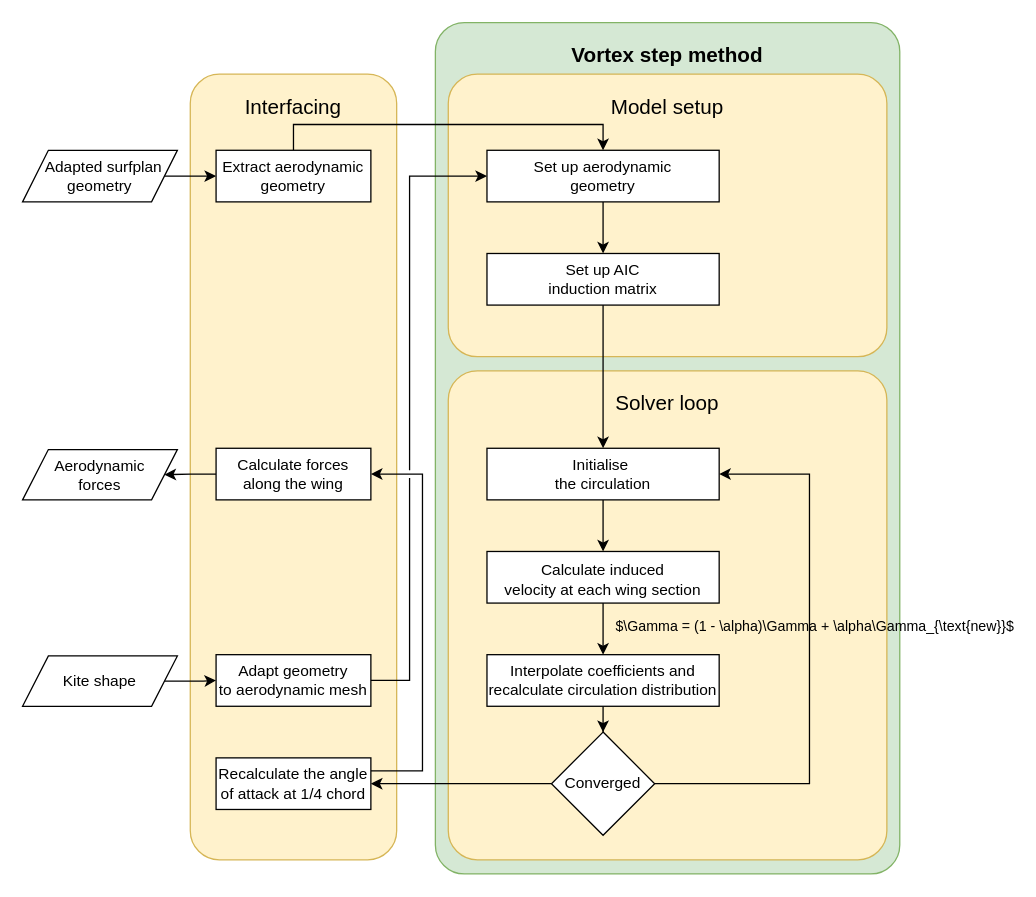
Earlier version of the draw.io diagram Figures/drawio/VSM_flowchart.drawio (PatrickRoel/Thesis). Source tidied: cells renumbered, new cells numbered last; positions are measured from the earlier drawing's top-left corner, leaving out a move shared by most shapes. Both pictures are drawn from the tidied source at 129%, with x=0, y=0 at pixel (22, 22).
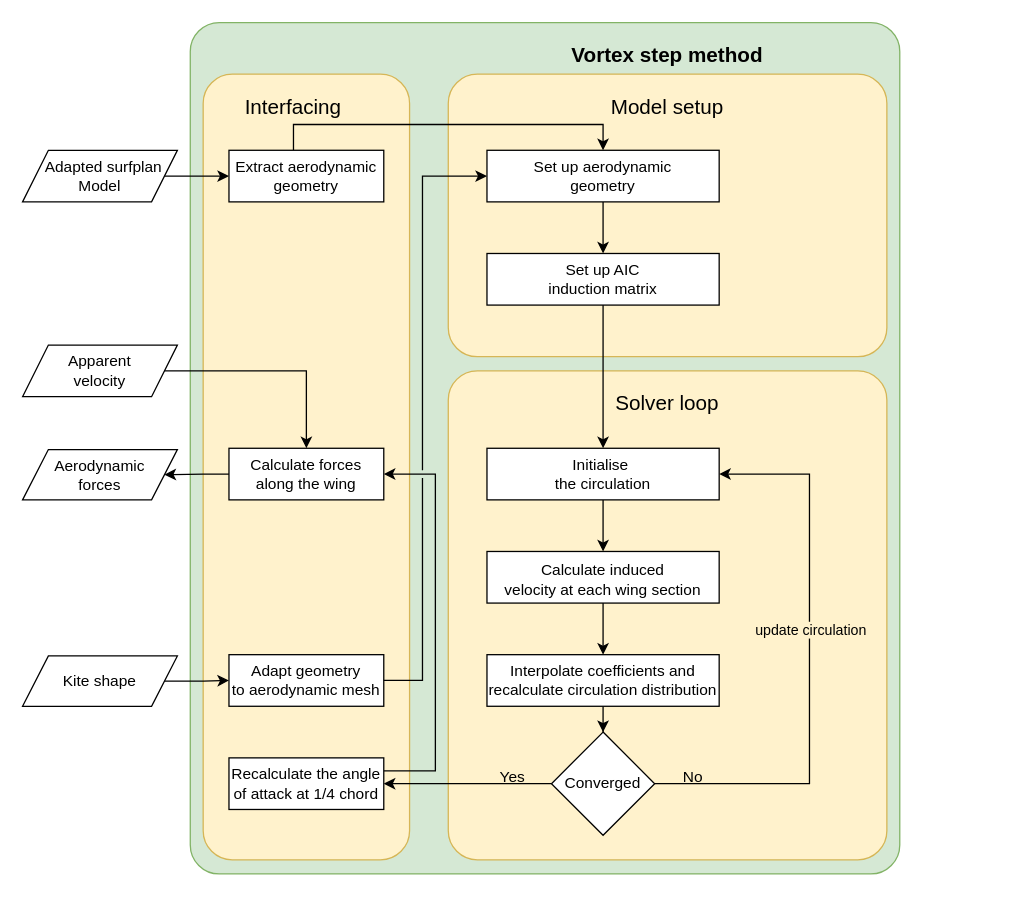
Above is the later version.

Unchanged cells that the change refers to:
```xml
<mxCell id="18" value="&lt;div&gt;Set up aerodynamic&lt;/div&gt;&lt;div&gt;geometry&lt;/div&gt;" style="rounded=0;whiteSpace=wrap;html=1;" parent="1" vertex="1">
  <mxGeometry x="360" y="99" width="180" height="40" as="geometry" />
</mxCell>
<mxCell id="27" style="edgeStyle=orthogonalEdgeStyle;rounded=0;jettySize=auto;html=1;exitX=1;exitY=0.5;exitDx=0;exitDy=0;entryX=1;entryY=0.5;entryDx=0;entryDy=0;" parent="1" edge="1" source="30" target="22">
  <mxGeometry relative="1" as="geometry">
    <Array as="points">
      <mxPoint x="610" y="590" />
      <mxPoint x="610" y="350" />
    </Array>
  </mxGeometry>
</mxCell>
```

Diff of the diagram source:
```diff
@@
     <mxCell id="2" style="rounded=1;whiteSpace=wrap;html=1;fillColor=#d5e8d4;strokeColor=#82b366;absoluteArcSize=1;arcSize=45;" parent="1" vertex="1">
-      <mxGeometry x="320" width="360" height="660" as="geometry" />
+      <mxGeometry x="130" width="550" height="660" as="geometry" />
     </mxCell>
     <mxCell id="3" style="rounded=1;whiteSpace=wrap;html=1;fillColor=#fff2cc;strokeColor=#d6b656;glass=0;shadow=0;arcSize=45;absoluteArcSize=1;" parent="1" vertex="1">
-      <mxGeometry x="130" y="40" width="160" height="609" as="geometry" />
+      <mxGeometry x="140" y="40" width="160" height="609" as="geometry" />
     </mxCell>
-    <mxCell id="4" style="rounded=1;whiteSpace=wrap;html=1;fillColor=#fff2cc;strokeColor=#d6b656;glass=0;shadow=0;arcSize=45;absoluteArcSize=1;" parent="1" vertex="1">
+    <mxCell id="4" style="rounded=1;whiteSpace=wrap;html=1;fillColor=#FFF2CC;strokeColor=#d6b656;glass=0;shadow=0;arcSize=45;absoluteArcSize=1;" parent="1" vertex="1">
       <mxGeometry x="330" y="270" width="340" height="379" as="geometry" />
     </mxCell>
@@
-    <mxCell id="11" value="&lt;div&gt;&amp;nbsp; Adapted surfplan&lt;/div&gt;&lt;div&gt;geometry&lt;/div&gt;" style="shape=parallelogram;perimeter=parallelogramPerimeter;whiteSpace=wrap;html=1;fixedSize=1;" parent="1" vertex="1">
+    <mxCell id="11" value="&lt;div&gt;&amp;nbsp; Adapted surfplan&lt;/div&gt;&lt;div&gt;Model&lt;/div&gt;" style="shape=parallelogram;perimeter=parallelogramPerimeter;whiteSpace=wrap;html=1;fixedSize=1;" parent="1" vertex="1">
       <mxGeometry y="99" width="120" height="40" as="geometry" />
     </mxCell>
@@
     <mxCell id="16" value="&lt;div&gt;Adapt geometry&lt;/div&gt;&lt;div&gt;to aerodynamic mesh&lt;/div&gt;" style="rounded=0;whiteSpace=wrap;html=1;" parent="1" vertex="1">
-      <mxGeometry x="150" y="490" width="120" height="40" as="geometry" />
+      <mxGeometry x="160" y="490" width="120" height="40" as="geometry" />
     </mxCell>
@@
     <mxCell id="20" value="&lt;div&gt;Extract aerodynamic&lt;/div&gt;&lt;div&gt;geometry&lt;/div&gt;" style="rounded=0;whiteSpace=wrap;html=1;" parent="1" vertex="1">
-      <mxGeometry x="150" y="99" width="120" height="40" as="geometry" />
+      <mxGeometry x="160" y="99" width="120" height="40" as="geometry" />
     </mxCell>
@@
-    <mxCell id="28" value="$\Gamma = (1 - \alpha)\Gamma + \alpha\Gamma_{\text{new}}$" style="edgeLabel;html=1;align=center;verticalAlign=middle;labelBackgroundColor=none;" parent="27" vertex="1">
-      <mxGeometry x="0.13" y="-3" relative="1" as="geometry" />
+    <mxCell id="28" value="update circulation" style="edgeLabel;html=1;align=center;verticalAlign=middle;labelBackgroundColor=#FFF2CC;" parent="27" vertex="1">
+      <mxGeometry x="0.13" y="-3" relative="1" as="geometry">
+        <mxPoint x="-3" y="3" as="offset" />
+      </mxGeometry>
     </mxCell>
@@
     <mxCell id="31" style="edgeStyle=orthogonalEdgeStyle;rounded=0;jettySize=auto;html=1;entryX=1;entryY=0.5;entryDx=0;entryDy=0;jumpStyle=gap;" parent="1" edge="1" source="32" target="34">
       <mxGeometry relative="1" as="geometry">
         <Array as="points">
-          <mxPoint x="310" y="580" />
-          <mxPoint x="310" y="350" />
+          <mxPoint x="320" y="580" />
+          <mxPoint x="320" y="350" />
         </Array>
       </mxGeometry>
     </mxCell>
     <mxCell id="32" value="Recalculate the angle of attack at 1/4 chord" style="rounded=0;whiteSpace=wrap;html=1;" parent="1" vertex="1">
-      <mxGeometry x="150" y="570" width="120" height="40" as="geometry" />
+      <mxGeometry x="160" y="570" width="120" height="40" as="geometry" />
     </mxCell>
@@
     <mxCell id="34" value="Calculate forces along the wing" style="rounded=0;whiteSpace=wrap;html=1;" parent="1" vertex="1">
-      <mxGeometry x="150" y="330" width="120" height="40" as="geometry" />
+      <mxGeometry x="160" y="330" width="120" height="40" as="geometry" />
     </mxCell>
@@
     <mxCell id="36" style="edgeStyle=orthogonalEdgeStyle;rounded=0;jettySize=auto;html=1;entryX=0;entryY=0.5;entryDx=0;entryDy=0;jumpStyle=gap;" parent="1" edge="1" source="16" target="18">
       <mxGeometry relative="1" as="geometry">
         <Array as="points">
-          <mxPoint x="300" y="510" />
-          <mxPoint x="300" y="119" />
+          <mxPoint x="310" y="510" />
+          <mxPoint x="310" y="119" />
         </Array>
       </mxGeometry>
     </mxCell>
+    <mxCell id="37" style="edgeStyle=orthogonalEdgeStyle;rounded=0;jettySize=auto;html=1;entryX=0.5;entryY=0;entryDx=0;entryDy=0;" parent="1" edge="1" source="38" target="34">
+      <mxGeometry relative="1" as="geometry" />
+    </mxCell>
+    <mxCell id="38" value="&lt;div&gt;Apparent&lt;/div&gt;&lt;div&gt;velocity&lt;/div&gt;" style="shape=parallelogram;perimeter=parallelogramPerimeter;whiteSpace=wrap;html=1;fixedSize=1;" parent="1" vertex="1">
+      <mxGeometry y="250" width="120" height="40" as="geometry" />
+    </mxCell>
+    <mxCell id="39" value="No" style="text;html=1;whiteSpace=wrap;strokeColor=none;fillColor=none;align=center;verticalAlign=middle;rounded=0;" parent="1" vertex="1">
+      <mxGeometry x="490" y="570" width="60" height="30" as="geometry" />
+    </mxCell>
+    <mxCell id="40" value="Yes" style="text;html=1;whiteSpace=wrap;strokeColor=none;fillColor=none;align=center;verticalAlign=middle;rounded=0;" parent="1" vertex="1">
+      <mxGeometry x="350" y="570" width="60" height="30" as="geometry" />
+    </mxCell>
```
